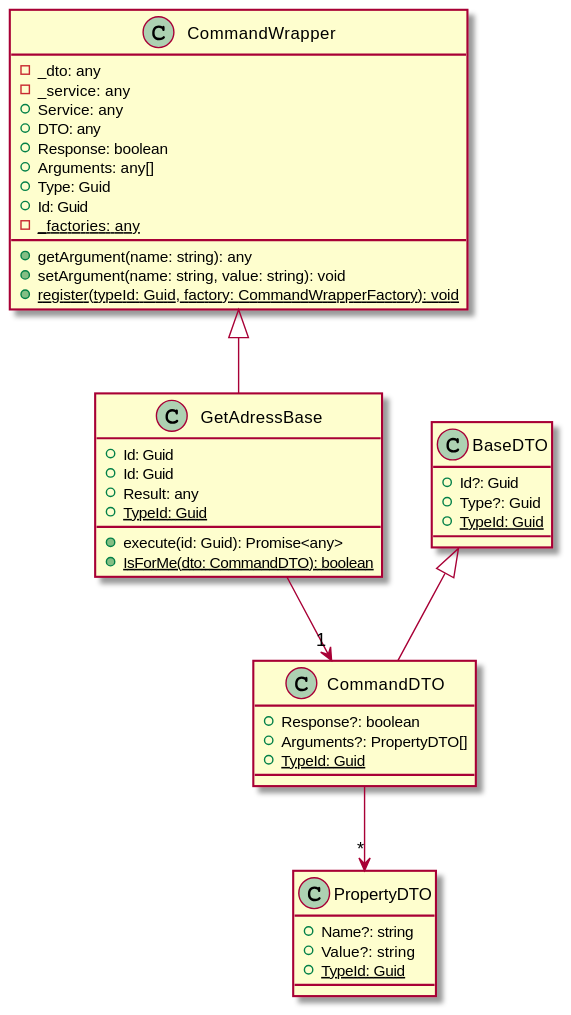
Before: wEBcMD/Doc/Types/ts/GetAdress.svg, a diagram exported from PlantUML (kokolorix/wEBcMD).
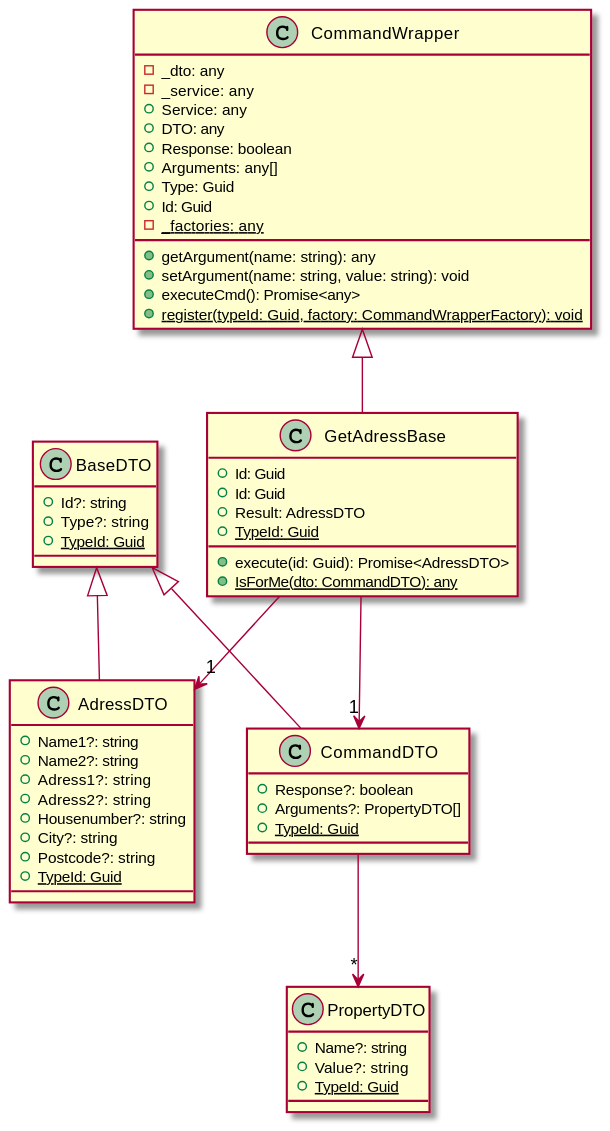
The same file after the commit.

The edit, as a diff of the source:
```diff
@@ -1,4 +1,19 @@
 @startuml
+class BaseDTO {
+    +Id?: string
+    +Type?: string
+    +{static} TypeId: Guid
+}
+class AdressDTO extends BaseDTO {
+    +Name1?: string
+    +Name2?: string
+    +Adress1?: string
+    +Adress2?: string
+    +Housenumber?: string
+    +City?: string
+    +Postcode?: string
+    +{static} TypeId: Guid
+}
 class CommandWrapper {
     -_dto: any
     -_service: any
@@ -10,17 +25,13 @@
     +Id: Guid
     +getArgument(name: string): any
     +setArgument(name: string, value: string): void
+    +executeCmd(): Promise<any>
     -{static} _factories: any
     +{static} register(typeId: Guid, factory: CommandWrapperFactory): void
 }
 class PropertyDTO {
     +Name?: string
     +Value?: string
-    +{static} TypeId: Guid
-}
-class BaseDTO {
-    +Id?: Guid
-    +Type?: Guid
     +{static} TypeId: Guid
 }
 class CommandDTO extends BaseDTO {
@@ -31,11 +42,12 @@
 class GetAdressBase extends CommandWrapper {
     +Id: Guid
     +Id: Guid
-    +Result: any
-    +execute(id: Guid): Promise<any>
+    +Result: AdressDTO
+    +execute(id: Guid): Promise<AdressDTO>
     +{static} TypeId: Guid
-    +{static} IsForMe(dto: CommandDTO): boolean
+    +{static} IsForMe(dto: CommandDTO): any
 }
 CommandDTO --> "*" PropertyDTO
+GetAdressBase --> "1" AdressDTO
 GetAdressBase --> "1" CommandDTO
 @enduml
```
